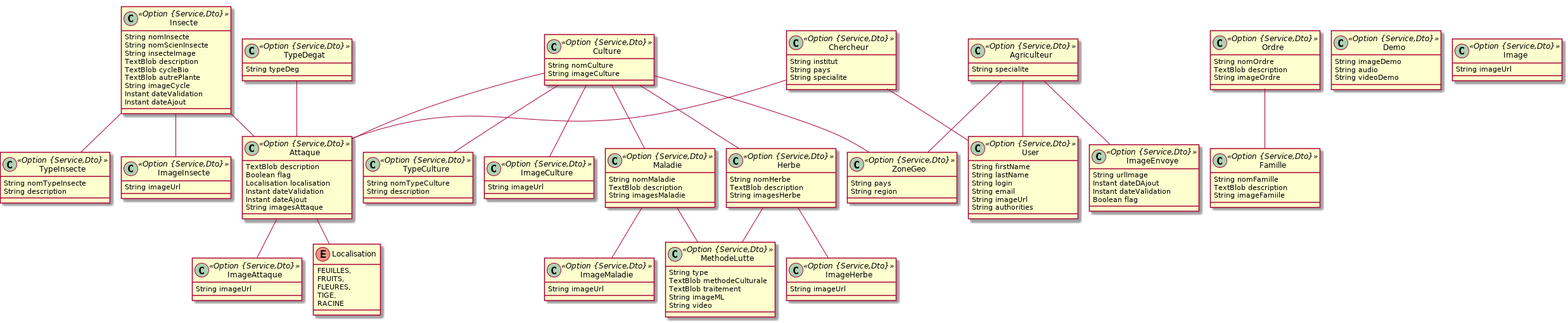
Earlier version of the PlantUML export model.png (Mzbf/ArSATolProject).
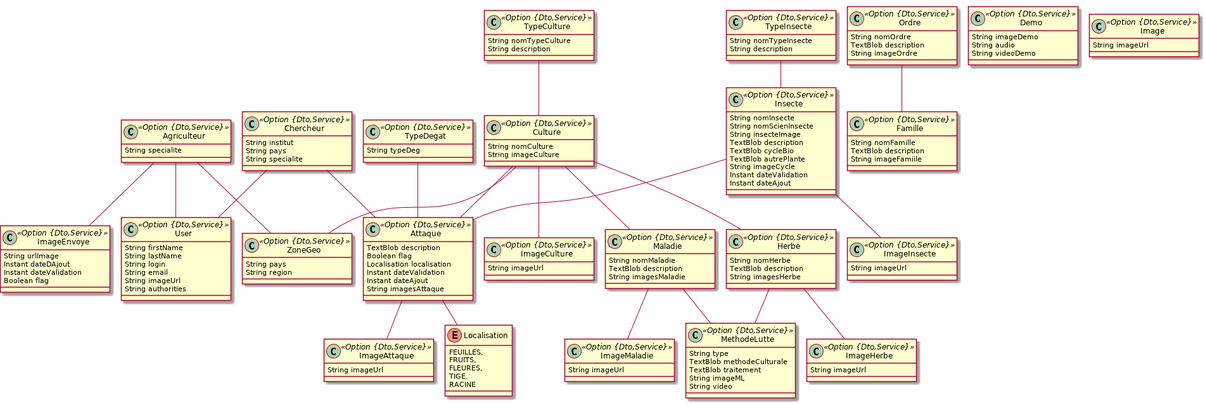
The same diagram one commit later.

Change to the diagram source:
```diff
@@ -1,7 +1,7 @@
 @startuml
 	!pragma graphviz_dot jdot
 	!pragma syntax class
-	class Insecte <<Option {Service,Dto}>> {
+	class Insecte <<Option {Dto,Service}>> {
 		String nomInsecte
 		String nomScienInsecte
 		String insecteImage
@@ -12,33 +12,33 @@
 		Instant dateValidation
 		Instant dateAjout
 	}
-	class TypeInsecte <<Option {Service,Dto}>> {
+	class TypeInsecte <<Option {Dto,Service}>> {
 		String nomTypeInsecte
 		String description
 	}
-	class Maladie <<Option {Service,Dto}>> {
+	class Maladie <<Option {Dto,Service}>> {
 		String nomMaladie
 		TextBlob description
 		String imagesMaladie
 	}
-	class Herbe <<Option {Service,Dto}>> {
+	class Herbe <<Option {Dto,Service}>> {
 		String nomHerbe
 		TextBlob description
 		String imagesHerbe
 	}
-	class Culture <<Option {Service,Dto}>> {
+	class Culture <<Option {Dto,Service}>> {
 		String nomCulture
 		String imageCulture
 	}
-	class TypeCulture <<Option {Service,Dto}>> {
+	class TypeCulture <<Option {Dto,Service}>> {
 		String nomTypeCulture
 		String description
 	}
-	class ZoneGeo <<Option {Service,Dto}>> {
+	class ZoneGeo <<Option {Dto,Service}>> {
 		String pays
 		String region
 	}
-	class Attaque <<Option {Service,Dto}>> {
+	class Attaque <<Option {Dto,Service}>> {
 		TextBlob description
 		Boolean flag
 		Localisation localisation
@@ -47,43 +47,43 @@
 		String imagesAttaque
 	}
 	Attaque ..> Localisation
-	class MethodeLutte <<Option {Service,Dto}>> {
+	class MethodeLutte <<Option {Dto,Service}>> {
 		String type
 		TextBlob methodeCulturale
 		TextBlob traitement
 		String imageML
 		String video
 	}
-	class ImageEnvoye <<Option {Service,Dto}>> {
+	class ImageEnvoye <<Option {Dto,Service}>> {
 		String urlImage
 		Instant dateDAjout
 		Instant dateValidation
 		Boolean flag
 	}
-	class Agriculteur <<Option {Service,Dto}>> {
+	class Agriculteur <<Option {Dto,Service}>> {
 		String specialite
 	}
-	class Chercheur <<Option {Service,Dto}>> {
+	class Chercheur <<Option {Dto,Service}>> {
 		String institut
 		String pays
 		String specialite
 	}
-	class Famille <<Option {Service,Dto}>> {
+	class Famille <<Option {Dto,Service}>> {
 		String nomFamille
 		TextBlob description
 		String imageFamiile
 	}
-	class Ordre <<Option {Service,Dto}>> {
+	class Ordre <<Option {Dto,Service}>> {
 		String nomOrdre
 		TextBlob description
 		String imageOrdre
 	}
-	class Demo <<Option {Service,Dto}>> {
+	class Demo <<Option {Dto,Service}>> {
 		String imageDemo
 		String audio
 		String videoDemo
 	}
-	class TypeDegat <<Option {Service,Dto}>> {
+	class TypeDegat <<Option {Dto,Service}>> {
 		String typeDeg
 	}
 	enum Localisation {
@@ -93,34 +93,34 @@
 		TIGE,
 		RACINE
 	}
-	class ImageCulture <<Option {Service,Dto}>> {
+	class ImageCulture <<Option {Dto,Service}>> {
 		String imageUrl
 	}
-	class ImageInsecte <<Option {Service,Dto}>> {
+	class ImageInsecte <<Option {Dto,Service}>> {
 		String imageUrl
 	}
-	class ImageAttaque <<Option {Service,Dto}>> {
+	class ImageAttaque <<Option {Dto,Service}>> {
 		String imageUrl
 	}
-	class ImageMaladie <<Option {Service,Dto}>> {
+	class ImageMaladie <<Option {Dto,Service}>> {
 		String imageUrl
 	}
-	class ImageHerbe <<Option {Service,Dto}>> {
+	class ImageHerbe <<Option {Dto,Service}>> {
 		String imageUrl
 	}
-	class Image <<Option {Service,Dto}>> {
+	class Image <<Option {Dto,Service}>> {
 		String imageUrl
 	}
 	Culture  "maladie 0..* " o--o "culture 0..* "  Maladie
 	Culture  "herbe 0..* " o--o "culture 0..* "  Herbe
-	Culture  "typeCulture 0..1 " -- "0..1 "  TypeCulture
+	TypeCulture  "typeCulture 0..1 " --o "0..* "  Culture
 	Culture  "zone 0..* " o--o "culture 0..* "  ZoneGeo
 	Insecte  "insecte 0..1 " --o "0..* "  ImageInsecte
 	Culture  "imageculture 0..1 " --o "0..* "  ImageCulture
 	Attaque  "attaque 0..1 " --o "0..* "  ImageAttaque
 	Herbe  "herbe 0..1 " --o "0..* "  ImageHerbe
 	Maladie  "maladie 0..1 " --o "0..* "  ImageMaladie
-	Insecte  "typeInsecte 0..1 " -- "0..1 "  TypeInsecte
+	TypeInsecte  "typeInsecte 0..1 " --o "0..* "  Insecte
 	Agriculteur  "pays 0..1 " -- "0..1 "  ZoneGeo
 	Herbe  "herbeML 0..1 " -- "0..1 "  MethodeLutte
 	Maladie  "maladieML 0..1 " -- "0..1 "  MethodeLutte
@@ -132,7 +132,7 @@
 	Agriculteur  "agriculteur 0..1 " --o "0..* "  ImageEnvoye
 	Agriculteur  "user 0..1 " -- "0..1 "  User
 	Chercheur  "user 0..1 " -- "0..1 "  User
-	class User <<Option {Service,Dto}>> {
+	class User <<Option {Dto,Service}>> {
 		String firstName
 		String lastName
 		String login
```
